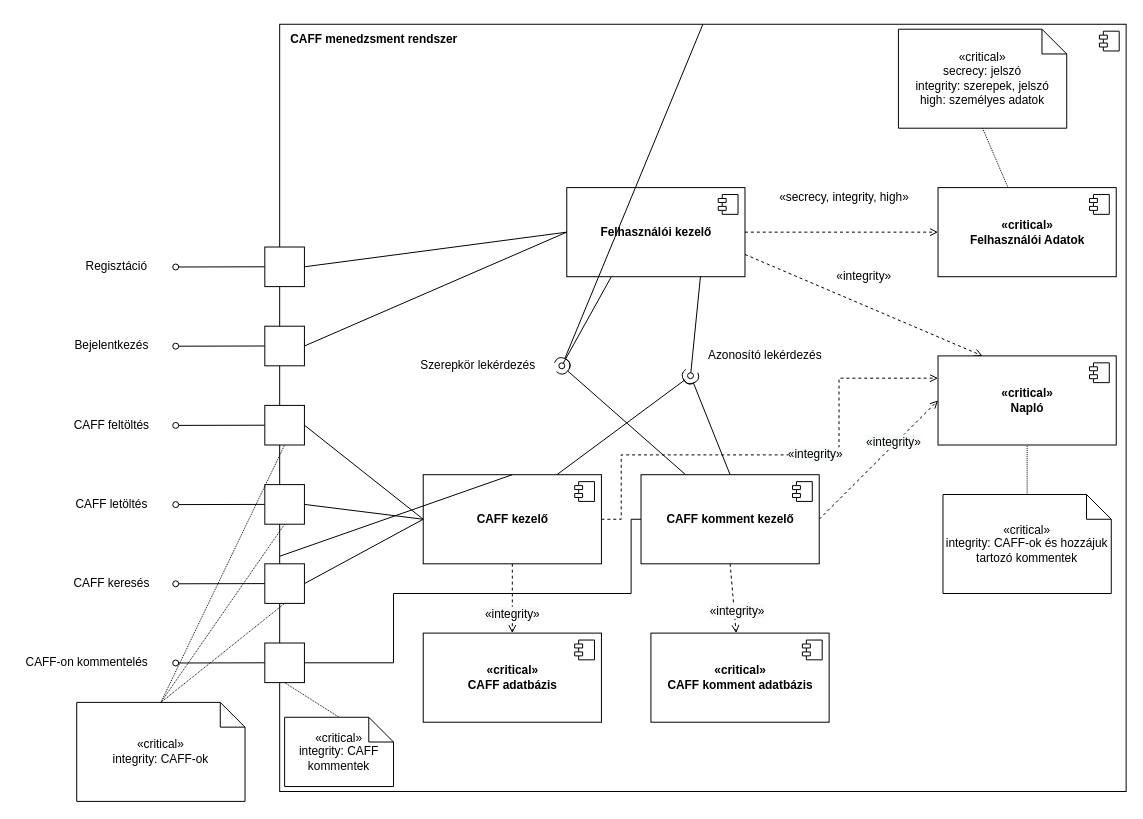
Before: plans/UML_Drawio/komponensDiagUMLKiterjesztés.drawio in zuper1998/SzamBiztHF, a draw.io diagram. Source tidied: cells renumbered, new cells numbered last; positions are measured from the earlier drawing's top-left corner, leaving out a move shared by most shapes. Both pictures are drawn from the tidied source at 99%, with x=0, y=0 at pixel (17, 24).
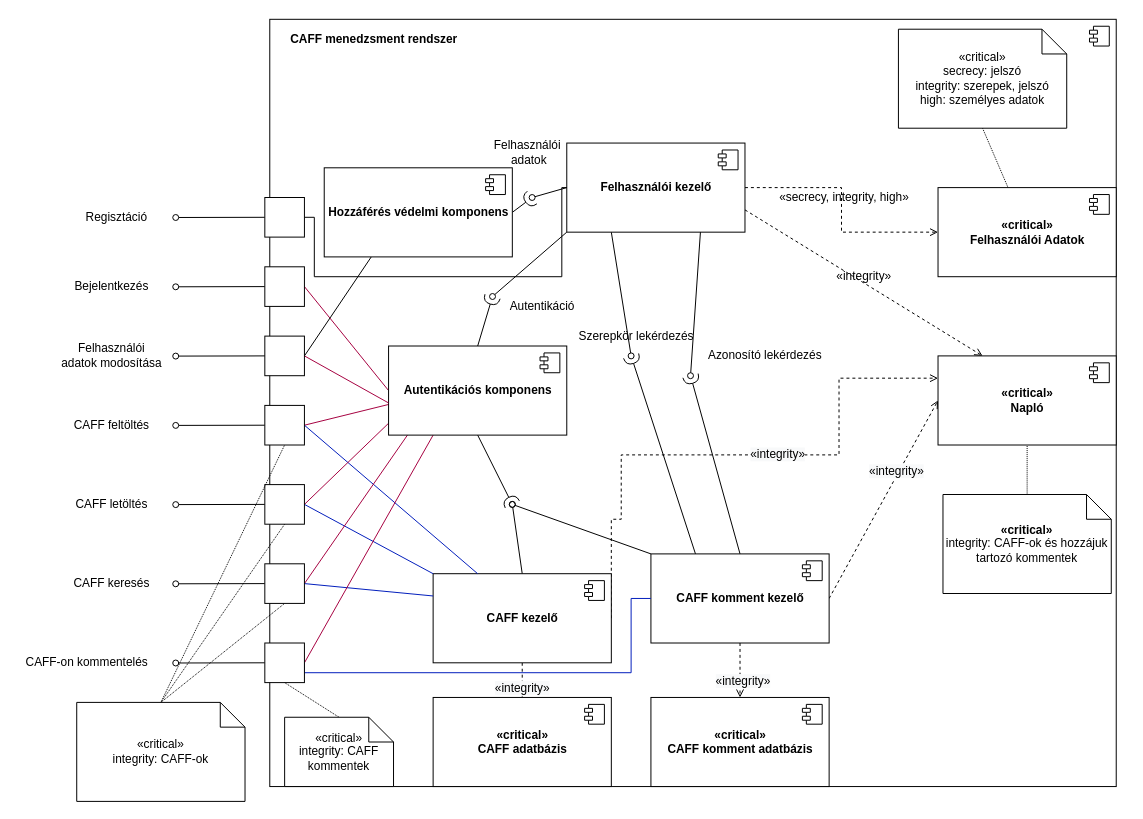
After the change.

The change refers to these unchanged cells:
```xml
<mxCell id="46" style="whiteSpace=wrap;html=1;" parent="1" vertex="1">
  <mxGeometry x="250" y="385" width="40" height="40" as="geometry" />
</mxCell>
<mxCell id="49" style="whiteSpace=wrap;html=1;" parent="1" vertex="1">
  <mxGeometry x="250" y="465" width="40" height="40" as="geometry" />
</mxCell>
<mxCell id="52" style="whiteSpace=wrap;html=1;" parent="1" vertex="1">
  <mxGeometry x="250" y="545" width="40" height="40" as="geometry" />
</mxCell>
<mxCell id="55" style="whiteSpace=wrap;html=1;" parent="1" vertex="1">
  <mxGeometry x="250" y="625" width="40" height="40" as="geometry" />
</mxCell>
```

Change to the diagram source:
```diff
@@
     <mxCell id="2" style="html=1;" parent="1" vertex="1">
-      <mxGeometry x="265" width="855" height="775" as="geometry" />
+      <mxGeometry x="255" y="-5" width="855" height="775" as="geometry" />
     </mxCell>
@@
     <mxCell id="5" style="edgeStyle=none;rounded=0;jettySize=auto;html=1;exitX=0.25;exitY=1;exitDx=0;exitDy=0;endArrow=oval;endFill=0;" parent="1" edge="1" source="7">
       <mxGeometry relative="1" as="geometry">
-        <mxPoint x="550" y="345" as="targetPoint" />
+        <mxPoint x="620" y="335" as="targetPoint" />
       </mxGeometry>
     </mxCell>
@@
+    <mxCell id="75" style="edgeStyle=none;rounded=0;jettySize=auto;html=1;exitX=0;exitY=1;exitDx=0;exitDy=0;endArrow=oval;endFill=0;strokeWidth=1;" parent="1" edge="1" source="7">
+      <mxGeometry relative="1" as="geometry">
+        <mxPoint x="480" y="275" as="targetPoint" />
+      </mxGeometry>
+    </mxCell>
     <mxCell id="7" value="Felhasználói kezelő" style="html=1;fontStyle=1;" parent="1" vertex="1">
-      <mxGeometry x="555" y="165" width="180" height="90" as="geometry" />
+      <mxGeometry x="555" y="120" width="180" height="90" as="geometry" />
     </mxCell>
@@
-    <mxCell id="13" style="edgeStyle=none;rounded=0;jettySize=auto;html=1;exitX=0.5;exitY=0;exitDx=0;exitDy=0;endArrow=halfCircle;endFill=0;startArrow=none;" parent="1" edge="1" source="2">
-      <mxGeometry relative="1" as="geometry">
-        <mxPoint x="550" y="345" as="targetPoint" />
-      </mxGeometry>
-    </mxCell>
-    <mxCell id="14" style="edgeStyle=none;rounded=0;jettySize=auto;html=1;exitX=0.75;exitY=0;exitDx=0;exitDy=0;endArrow=halfCircle;endFill=0;" parent="1" edge="1" source="18">
-      <mxGeometry relative="1" as="geometry">
-        <mxPoint x="680" y="355" as="targetPoint" />
-      </mxGeometry>
-    </mxCell>
@@
+    <mxCell id="76" style="edgeStyle=none;rounded=0;jettySize=auto;html=1;exitX=0.5;exitY=0;exitDx=0;exitDy=0;endArrow=oval;endFill=0;strokeColor=#000000;strokeWidth=1;" parent="1" edge="1" source="18">
+      <mxGeometry relative="1" as="geometry">
+        <mxPoint x="500" y="485" as="targetPoint" />
+      </mxGeometry>
+    </mxCell>
     <mxCell id="18" value="CAFF kezelő" style="html=1;fontStyle=1;" parent="1" vertex="1">
-      <mxGeometry x="410" y="455" width="180" height="90" as="geometry" />
+      <mxGeometry x="420" y="555" width="180" height="90" as="geometry" />
     </mxCell>
@@
     <mxCell id="22" style="edgeStyle=none;rounded=0;jettySize=auto;html=1;exitX=0.25;exitY=0;exitDx=0;exitDy=0;endArrow=halfCircle;endFill=0;" parent="1" edge="1" source="26">
       <mxGeometry relative="1" as="geometry">
-        <mxPoint x="550" y="345" as="targetPoint" />
+        <mxPoint x="620" y="335" as="targetPoint" />
       </mxGeometry>
     </mxCell>
@@
+    <mxCell id="77" style="edgeStyle=none;rounded=0;jettySize=auto;html=1;exitX=0;exitY=0;exitDx=0;exitDy=0;endArrow=oval;endFill=0;strokeColor=#000000;strokeWidth=1;" parent="1" edge="1" source="26">
+      <mxGeometry relative="1" as="geometry">
+        <mxPoint x="500" y="485" as="targetPoint" />
+      </mxGeometry>
+    </mxCell>
     <mxCell id="26" value="CAFF komment kezelő" style="html=1;fontStyle=1;" parent="1" vertex="1">
-      <mxGeometry x="630" y="455" width="180" height="90" as="geometry" />
+      <mxGeometry x="640" y="535" width="180" height="90" as="geometry" />
     </mxCell>
@@
     <mxCell id="28" value="«critical»&lt;br&gt;CAFF adatbázis" style="html=1;fontStyle=1;" parent="1" vertex="1">
-      <mxGeometry x="410" y="615" width="180" height="90" as="geometry" />
+      <mxGeometry x="420" y="680" width="180" height="90" as="geometry" />
     </mxCell>
@@
     <mxCell id="30" value="«critical»&lt;br&gt;CAFF komment adatbázis" style="html=1;fontStyle=1;" parent="1" vertex="1">
-      <mxGeometry x="640" y="615" width="180" height="90" as="geometry" />
+      <mxGeometry x="640" y="680" width="180" height="90" as="geometry" />
     </mxCell>
@@
     <mxCell id="34" value="Szerepkör lekérdezés" style="text;html=1;align=center;verticalAlign=middle;strokeColor=none;fillColor=none;" parent="1" vertex="1">
-      <mxGeometry x="400" y="335" width="130" height="20" as="geometry" />
+      <mxGeometry x="560" y="305" width="130" height="20" as="geometry" />
     </mxCell>
@@
     <mxCell id="38" style="edgeStyle=none;rounded=0;jettySize=auto;html=1;exitX=0;exitY=0.5;exitDx=0;exitDy=0;endArrow=oval;endFill=0;" parent="1" edge="1" source="40">
       <mxGeometry relative="1" as="geometry">
-        <mxPoint x="160" y="245.2" as="targetPoint" />
+        <mxPoint x="160" y="195.2" as="targetPoint" />
       </mxGeometry>
     </mxCell>
-    <mxCell id="39" style="edgeStyle=none;rounded=0;jettySize=auto;html=1;exitX=1;exitY=0.5;exitDx=0;exitDy=0;entryX=0;entryY=0.5;entryDx=0;entryDy=0;endArrow=none;endFill=0;" parent="1" edge="1" source="40" target="7">
-      <mxGeometry relative="1" as="geometry" />
+    <mxCell id="39" style="edgeStyle=orthogonalEdgeStyle;rounded=0;jettySize=auto;html=1;exitX=1;exitY=0.5;exitDx=0;exitDy=0;entryX=0;entryY=0.5;entryDx=0;entryDy=0;endArrow=none;endFill=0;" parent="1" edge="1" source="40" target="7">
+      <mxGeometry relative="1" as="geometry">
+        <Array as="points">
+          <mxPoint x="300" y="195" />
+          <mxPoint x="300" y="255" />
+          <mxPoint x="550" y="255" />
+          <mxPoint x="550" y="165" />
+        </Array>
+      </mxGeometry>
     </mxCell>
     <mxCell id="40" style="whiteSpace=wrap;html=1;" parent="1" vertex="1">
-      <mxGeometry x="250" y="225" width="40" height="40" as="geometry" />
+      <mxGeometry x="250" y="175" width="40" height="40" as="geometry" />
     </mxCell>
     <mxCell id="41" style="edgeStyle=none;rounded=0;jettySize=auto;html=1;exitX=0;exitY=0.5;exitDx=0;exitDy=0;endArrow=oval;endFill=0;" parent="1" edge="1" source="43">
       <mxGeometry relative="1" as="geometry">
-        <mxPoint x="160" y="325.2" as="targetPoint" />
+        <mxPoint x="160" y="265.2" as="targetPoint" />
       </mxGeometry>
     </mxCell>
-    <mxCell id="42" style="edgeStyle=none;rounded=0;jettySize=auto;html=1;exitX=1;exitY=0.5;exitDx=0;exitDy=0;entryX=0;entryY=0.5;entryDx=0;entryDy=0;endArrow=none;endFill=0;" parent="1" edge="1" source="43" target="7">
-      <mxGeometry relative="1" as="geometry" />
-    </mxCell>
+    <mxCell id="78" style="edgeStyle=none;rounded=0;jettySize=auto;html=1;exitX=1;exitY=0.5;exitDx=0;exitDy=0;entryX=0;entryY=0.5;entryDx=0;entryDy=0;endArrow=none;endFill=0;fillColor=#d80073;strokeColor=#A50040;strokeWidth=1;" parent="1" edge="1" source="43" target="85">
+      <mxGeometry relative="1" as="geometry" />
+    </mxCell>
     <mxCell id="43" style="whiteSpace=wrap;html=1;" parent="1" vertex="1">
-      <mxGeometry x="250" y="305" width="40" height="40" as="geometry" />
+      <mxGeometry x="250" y="245" width="40" height="40" as="geometry" />
     </mxCell>
@@
+    <mxCell id="79" style="edgeStyle=none;rounded=0;jettySize=auto;html=1;exitX=1;exitY=0.5;exitDx=0;exitDy=0;entryX=0;entryY=0.656;entryDx=0;entryDy=0;entryPerimeter=0;endArrow=none;endFill=0;fillColor=#d80073;strokeColor=#A50040;strokeWidth=1;" parent="1" edge="1" source="46" target="85">
+      <mxGeometry relative="1" as="geometry" />
+    </mxCell>
-    <mxCell id="45" style="edgeStyle=none;rounded=0;jettySize=auto;html=1;exitX=1;exitY=0.5;exitDx=0;exitDy=0;entryX=0;entryY=0.5;entryDx=0;entryDy=0;endArrow=none;endFill=0;" parent="1" edge="1" source="46" target="18">
+    <mxCell id="45" style="edgeStyle=none;rounded=0;jettySize=auto;html=1;exitX=1;exitY=0.5;exitDx=0;exitDy=0;entryX=0.25;entryY=0;entryDx=0;entryDy=0;endArrow=none;endFill=0;strokeColor=#001DBC;strokeWidth=1;fillColor=#0050ef;" parent="1" edge="1" source="46" target="18">
       <mxGeometry relative="1" as="geometry" />
     </mxCell>
@@
+    <mxCell id="80" style="edgeStyle=none;rounded=0;jettySize=auto;html=1;exitX=1;exitY=0.5;exitDx=0;exitDy=0;entryX=0;entryY=0.867;entryDx=0;entryDy=0;entryPerimeter=0;endArrow=none;endFill=0;fillColor=#d80073;strokeColor=#A50040;strokeWidth=1;" parent="1" edge="1" source="49" target="85">
+      <mxGeometry relative="1" as="geometry" />
+    </mxCell>
-    <mxCell id="48" style="edgeStyle=none;rounded=0;jettySize=auto;html=1;exitX=1;exitY=0.5;exitDx=0;exitDy=0;entryX=0;entryY=0.5;entryDx=0;entryDy=0;endArrow=none;endFill=0;" parent="1" edge="1" source="49" target="18">
+    <mxCell id="48" style="edgeStyle=none;rounded=0;jettySize=auto;html=1;exitX=1;exitY=0.5;exitDx=0;exitDy=0;entryX=0;entryY=0;entryDx=0;entryDy=0;endArrow=none;endFill=0;strokeColor=#001DBC;strokeWidth=1;fillColor=#0050ef;" parent="1" edge="1" source="49" target="18">
       <mxGeometry relative="1" as="geometry" />
     </mxCell>
@@
+    <mxCell id="81" style="edgeStyle=none;rounded=0;jettySize=auto;html=1;exitX=1;exitY=0.5;exitDx=0;exitDy=0;entryX=0.106;entryY=1;entryDx=0;entryDy=0;entryPerimeter=0;endArrow=none;endFill=0;fillColor=#d80073;strokeColor=#A50040;strokeWidth=1;" parent="1" edge="1" source="52" target="85">
+      <mxGeometry relative="1" as="geometry" />
+    </mxCell>
-    <mxCell id="51" style="edgeStyle=none;rounded=0;jettySize=auto;html=1;exitX=1;exitY=0.5;exitDx=0;exitDy=0;entryX=0;entryY=0.5;entryDx=0;entryDy=0;endArrow=none;endFill=0;" parent="1" edge="1" source="52" target="18">
+    <mxCell id="51" style="edgeStyle=none;rounded=0;jettySize=auto;html=1;exitX=1;exitY=0.5;exitDx=0;exitDy=0;entryX=0;entryY=0.25;entryDx=0;entryDy=0;endArrow=none;endFill=0;strokeColor=#001DBC;strokeWidth=1;fillColor=#0050ef;" parent="1" edge="1" source="52" target="18">
       <mxGeometry relative="1" as="geometry" />
     </mxCell>
@@
-    <mxCell id="54" style="edgeStyle=orthogonalEdgeStyle;rounded=0;jettySize=auto;html=1;exitX=1;exitY=0.5;exitDx=0;exitDy=0;entryX=0;entryY=0.5;entryDx=0;entryDy=0;endArrow=none;endFill=0;" parent="1" edge="1" source="55" target="26">
+    <mxCell id="54" style="edgeStyle=orthogonalEdgeStyle;rounded=0;jettySize=auto;html=1;exitX=1;exitY=0.5;exitDx=0;exitDy=0;entryX=0;entryY=0.5;entryDx=0;entryDy=0;endArrow=none;endFill=0;fillColor=#0050ef;strokeColor=#001DBC;" parent="1" edge="1" source="55" target="26">
       <mxGeometry relative="1" as="geometry">
         <Array as="points">
-          <mxPoint x="380" y="645" />
-          <mxPoint x="380" y="575" />
-          <mxPoint x="620" y="575" />
-          <mxPoint x="620" y="500" />
+          <mxPoint x="290" y="655" />
+          <mxPoint x="620" y="655" />
+          <mxPoint x="620" y="580" />
         </Array>
       </mxGeometry>
     </mxCell>
+    <mxCell id="82" style="edgeStyle=none;rounded=0;jettySize=auto;html=1;exitX=1;exitY=0.5;exitDx=0;exitDy=0;entryX=0.25;entryY=1;entryDx=0;entryDy=0;endArrow=none;endFill=0;fillColor=#d80073;strokeColor=#A50040;strokeWidth=1;" parent="1" edge="1" source="55" target="85">
+      <mxGeometry relative="1" as="geometry" />
+    </mxCell>
@@
     <mxCell id="56" value="Regisztáció" style="text;html=1;align=center;verticalAlign=middle;strokeColor=none;fillColor=none;" parent="1" vertex="1">
-      <mxGeometry x="60" y="235" width="80" height="20" as="geometry" />
+      <mxGeometry x="60" y="185" width="80" height="20" as="geometry" />
     </mxCell>
     <mxCell id="57" value="Bejelentkezés" style="text;html=1;align=center;verticalAlign=middle;strokeColor=none;fillColor=none;" parent="1" vertex="1">
-      <mxGeometry x="50" y="315" width="90" height="20" as="geometry" />
+      <mxGeometry x="50" y="255" width="90" height="20" as="geometry" />
     </mxCell>
@@
-    <mxCell id="67" value="«critical»&lt;br&gt;integrity: CAFF-ok és hozzájuk tartozó kommentek" style="shape=note2;boundedLbl=1;whiteSpace=wrap;html=1;size=25;verticalAlign=middle;align=center;horizontal=1;labelPosition=center;verticalLabelPosition=middle;" parent="1" vertex="1">
+    <mxCell id="67" value="&lt;b&gt;«critical»&lt;/b&gt;&lt;br&gt;integrity: CAFF-ok és hozzájuk tartozó kommentek" style="shape=note2;boundedLbl=1;whiteSpace=wrap;html=1;size=25;verticalAlign=middle;align=center;horizontal=1;labelPosition=center;verticalLabelPosition=middle;" parent="1" vertex="1">
       <mxGeometry x="935" y="475" width="170" height="100" as="geometry" />
     </mxCell>
@@
-    <mxCell id="74" style="edgeStyle=none;rounded=0;jettySize=auto;html=1;exitX=0.5;exitY=0;exitDx=0;exitDy=0;endArrow=none;endFill=0;" parent="1" edge="1" source="18" target="2">
-      <mxGeometry relative="1" as="geometry" />
-    </mxCell>
+    <mxCell id="83" style="edgeStyle=none;rounded=0;jettySize=auto;html=1;exitX=0.5;exitY=0;exitDx=0;exitDy=0;endArrow=halfCircle;endFill=0;strokeWidth=1;" parent="1" edge="1" source="85">
+      <mxGeometry relative="1" as="geometry">
+        <mxPoint x="480" y="275" as="targetPoint" />
+      </mxGeometry>
+    </mxCell>
+    <mxCell id="84" style="edgeStyle=none;rounded=0;jettySize=auto;html=1;exitX=0.5;exitY=1;exitDx=0;exitDy=0;endArrow=halfCircle;endFill=0;strokeColor=#000000;strokeWidth=1;" parent="1" edge="1" source="85">
+      <mxGeometry relative="1" as="geometry">
+        <mxPoint x="500" y="485" as="targetPoint" />
+      </mxGeometry>
+    </mxCell>
+    <mxCell id="85" value="Autentikációs komponens" style="html=1;fontStyle=1;" parent="1" vertex="1">
+      <mxGeometry x="375" y="325" width="180" height="90" as="geometry" />
+    </mxCell>
+    <mxCell id="86" style="shape=module;jettyWidth=8;jettyHeight=4;" parent="85" vertex="1">
+      <mxGeometry x="1" width="20" height="20" relative="1" as="geometry">
+        <mxPoint x="-27" y="7" as="offset" />
+      </mxGeometry>
+    </mxCell>
+    <mxCell id="87" value="Autentikáció" style="text;html=1;align=center;verticalAlign=middle;strokeColor=none;fillColor=none;" parent="1" vertex="1">
+      <mxGeometry x="490" y="275" width="80" height="20" as="geometry" />
+    </mxCell>
+    <mxCell id="88" style="edgeStyle=none;rounded=0;jettySize=auto;html=1;exitX=1;exitY=0.5;exitDx=0;exitDy=0;entryX=0;entryY=0.639;entryDx=0;entryDy=0;entryPerimeter=0;endArrow=none;endFill=0;strokeColor=#A50040;strokeWidth=1;fillColor=#d80073;" parent="1" edge="1" source="90" target="85">
+      <mxGeometry relative="1" as="geometry" />
+    </mxCell>
+    <mxCell id="89" style="edgeStyle=none;rounded=0;jettySize=auto;html=1;exitX=1;exitY=0.5;exitDx=0;exitDy=0;entryX=0.25;entryY=1;entryDx=0;entryDy=0;endArrow=none;endFill=0;strokeColor=#000000;strokeWidth=1;fillColor=#0050ef;" parent="1" edge="1" source="90" target="94">
+      <mxGeometry relative="1" as="geometry" />
+    </mxCell>
+    <mxCell id="90" style="whiteSpace=wrap;html=1;" parent="1" vertex="1">
+      <mxGeometry x="250" y="315" width="40" height="40" as="geometry" />
+    </mxCell>
+    <mxCell id="91" style="edgeStyle=none;rounded=0;jettySize=auto;html=1;exitX=0;exitY=0.5;exitDx=0;exitDy=0;endArrow=oval;endFill=0;" parent="1" edge="1" source="90">
+      <mxGeometry relative="1" as="geometry">
+        <mxPoint x="160" y="335.2" as="targetPoint" />
+      </mxGeometry>
+    </mxCell>
+    <mxCell id="92" value="Felhasználói&lt;br&gt;adatok&amp;nbsp;modosítása" style="text;html=1;align=center;verticalAlign=middle;strokeColor=none;fillColor=none;" parent="1" vertex="1">
+      <mxGeometry x="35" y="320" width="120" height="30" as="geometry" />
+    </mxCell>
+    <mxCell id="93" style="edgeStyle=none;rounded=0;jettySize=auto;html=1;exitX=1;exitY=0.5;exitDx=0;exitDy=0;endArrow=halfCircle;endFill=0;strokeColor=#000000;strokeWidth=1;" parent="1" edge="1" source="94">
+      <mxGeometry relative="1" as="geometry">
+        <mxPoint x="520" y="175" as="targetPoint" />
+      </mxGeometry>
+    </mxCell>
+    <mxCell id="94" value="Hozzáférés védelmi komponens" style="html=1;fontStyle=1;" parent="1" vertex="1">
+      <mxGeometry x="310" y="145" width="190" height="90" as="geometry" />
+    </mxCell>
+    <mxCell id="95" style="shape=module;jettyWidth=8;jettyHeight=4;" parent="94" vertex="1">
+      <mxGeometry x="1" width="20" height="20" relative="1" as="geometry">
+        <mxPoint x="-27" y="7" as="offset" />
+      </mxGeometry>
+    </mxCell>
+    <mxCell id="96" style="edgeStyle=none;rounded=0;jettySize=auto;html=1;exitX=0;exitY=0.5;exitDx=0;exitDy=0;endArrow=oval;endFill=0;strokeWidth=1;" parent="1" edge="1" source="7">
+      <mxGeometry relative="1" as="geometry">
+        <mxPoint x="520" y="175" as="targetPoint" />
+      </mxGeometry>
+    </mxCell>
+    <mxCell id="97" value="Felhasználói&lt;br&gt;&amp;nbsp;adatok" style="text;html=1;align=center;verticalAlign=middle;strokeColor=none;fillColor=none;" parent="1" vertex="1">
+      <mxGeometry x="475" y="115" width="80" height="30" as="geometry" />
+    </mxCell>
```
